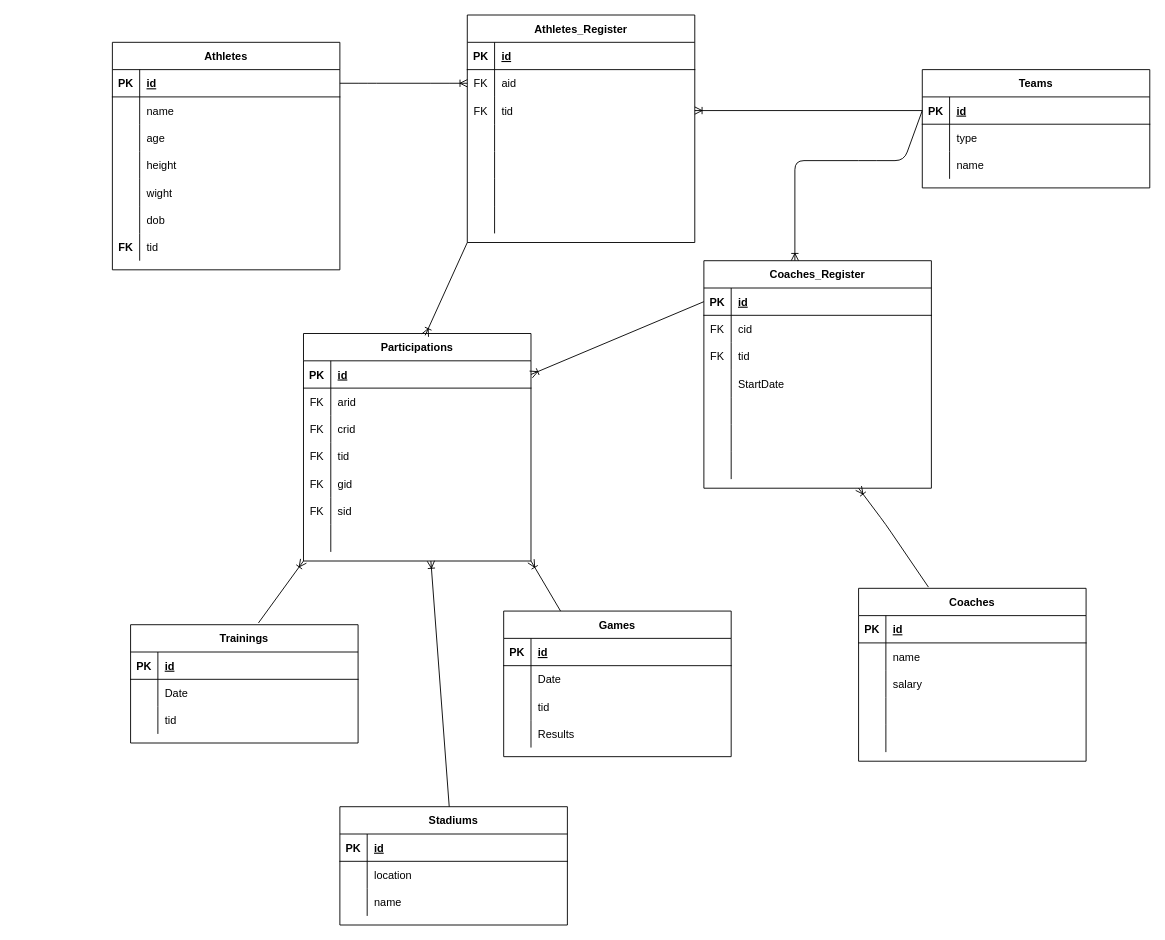
This is Untitled Diagram.drawio from zavlagas/AthleticsManagementSystem, a draw.io file, before an edit. Source tidied: cells renumbered, new cells numbered last; positions are measured from the earlier drawing's top-left corner, leaving out a move shared by most shapes. Both pictures are drawn from the tidied source at 91%, with x=0, y=0 at pixel (112, 15).
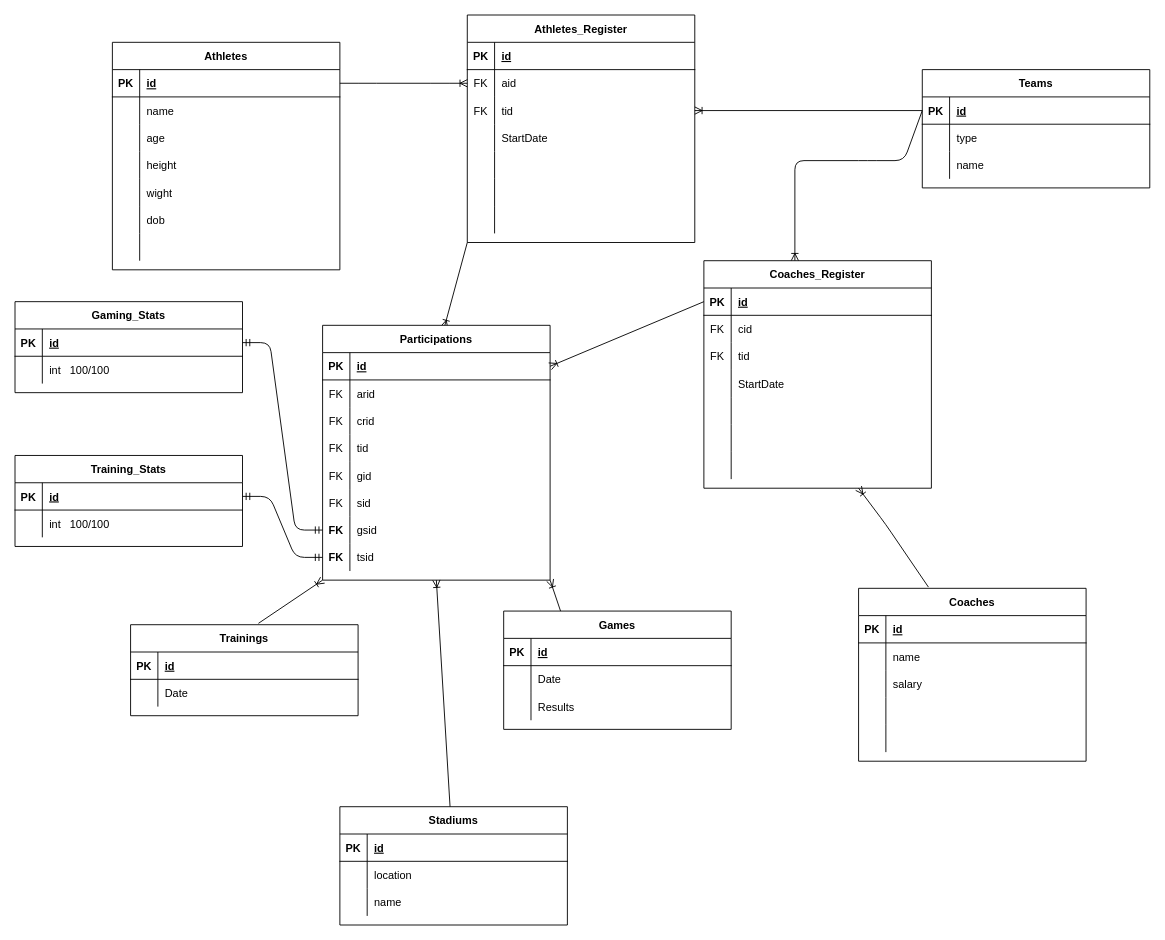
Above is the later version.

The change refers to these unchanged cells:
```xml
<mxCell id="21" style="shape=partialRectangle;fillColor=none;top=0;left=0;right=0;bottom=0;" parent="2" vertex="1">
  <mxGeometry y="210" width="250" height="30" as="geometry" />
</mxCell>
<mxCell id="24" value="Athletes_Register" style="shape=table;startSize=30;childLayout=tableLayout;rowLines=0;fontStyle=1;align=center;" parent="1" vertex="1">
  <mxGeometry x="390" width="250" height="250" as="geometry" />
</mxCell>
<mxCell id="34" style="shape=partialRectangle;fillColor=none;top=0;left=0;right=0;bottom=0;" parent="24" vertex="1">
  <mxGeometry y="120" width="250" height="30" as="geometry" />
</mxCell>
<mxCell id="60" style="shape=partialRectangle;fillColor=none;points=[[0,0.5],[1,0.5]];portConstraint=eastwest;top=0;left=0;right=0;bottom=1;" parent="59" vertex="1">
  <mxGeometry y="30" width="250" height="30" as="geometry" />
</mxCell>
<mxCell id="99" style="shape=partialRectangle;fillColor=none;points=[[0,0.5],[1,0.5]];portConstraint=eastwest;top=0;left=0;right=0;bottom=1;" parent="98" vertex="1">
  <mxGeometry y="30" width="250" height="30" as="geometry" />
</mxCell>
<mxCell id="117" style="shape=partialRectangle;fillColor=none;points=[[0,0.5],[1,0.5]];portConstraint=eastwest;top=0;left=0;right=0;bottom=0;" parent="98" vertex="1">
  <mxGeometry y="210" width="250" height="30" as="geometry" />
</mxCell>
<mxCell id="122" value="Stadiums" style="shape=table;startSize=30;childLayout=tableLayout;rowLines=0;fontStyle=1;align=center;" parent="1" vertex="1">
  <mxGeometry x="250" y="870" width="250" height="130" as="geometry" />
</mxCell>
```

The edit, as a diff of the source:
```diff
@@
-    <mxCell id="22" value="FK" style="shape=partialRectangle;overflow=hidden;fillColor=none;top=0;left=0;bottom=0;right=0;fontStyle=1;" parent="21" vertex="1">
+    <mxCell id="22" style="shape=partialRectangle;overflow=hidden;fillColor=none;top=0;left=0;bottom=0;right=0;fontStyle=1;" parent="21" vertex="1">
       <mxGeometry width="30" height="30" as="geometry" />
     </mxCell>
-    <mxCell id="23" value="tid" style="shape=partialRectangle;overflow=hidden;fillColor=none;top=0;left=0;bottom=0;right=0;align=left;spacingLeft=6;" parent="21" vertex="1">
+    <mxCell id="23" style="shape=partialRectangle;overflow=hidden;fillColor=none;top=0;left=0;bottom=0;right=0;align=left;spacingLeft=6;" parent="21" vertex="1">
       <mxGeometry x="30" width="220" height="30" as="geometry" />
     </mxCell>
@@
-    <mxCell id="36" style="shape=partialRectangle;overflow=hidden;fillColor=none;top=0;left=0;bottom=0;right=0;align=left;spacingLeft=6;" parent="34" vertex="1">
+    <mxCell id="36" value="StartDate" style="shape=partialRectangle;overflow=hidden;fillColor=none;top=0;left=0;bottom=0;right=0;align=left;spacingLeft=6;" parent="34" vertex="1">
       <mxGeometry x="30" width="220" height="30" as="geometry" />
     </mxCell>
@@
+    <mxCell id="120" style="fontSize=12;html=1;endArrow=ERoneToMany;entryX=0.535;entryY=0.008;entryDx=0;entryDy=0;entryPerimeter=0;exitX=0;exitY=1;exitDx=0;exitDy=0;" parent="1" edge="1" source="24" target="98">
+      <mxGeometry relative="1" as="geometry" />
+    </mxCell>
+    <mxCell id="121" style="fontSize=12;html=1;endArrow=ERoneToMany;exitX=0;exitY=0.5;exitDx=0;exitDy=0;entryX=1;entryY=0.5;entryDx=0;entryDy=0;" parent="1" edge="1" source="60" target="99">
+      <mxGeometry relative="1" as="geometry" />
+    </mxCell>
+    <mxCell id="158" value="Gaming_Stats" style="shape=table;startSize=30;childLayout=tableLayout;rowLines=0;fontStyle=1;align=center;" parent="1" vertex="1">
+      <mxGeometry x="-107" y="315" width="250" height="100" as="geometry" />
+    </mxCell>
+    <mxCell id="159" style="shape=partialRectangle;fillColor=none;points=[[0,0.5],[1,0.5]];portConstraint=eastwest;top=0;left=0;right=0;bottom=1;" parent="158" vertex="1">
+      <mxGeometry y="30" width="250" height="30" as="geometry" />
+    </mxCell>
+    <mxCell id="160" value="PK" style="shape=partialRectangle;overflow=hidden;fillColor=none;top=0;left=0;bottom=0;right=0;fontStyle=1;" parent="159" vertex="1">
+      <mxGeometry width="30" height="30" as="geometry" />
+    </mxCell>
+    <mxCell id="161" value="id" style="shape=partialRectangle;overflow=hidden;fillColor=none;top=0;left=0;bottom=0;right=0;align=left;spacingLeft=6;fontStyle=5;" parent="159" vertex="1">
+      <mxGeometry x="30" width="220" height="30" as="geometry" />
+    </mxCell>
+    <mxCell id="162" style="shape=partialRectangle;fillColor=none;top=0;left=0;right=0;bottom=0;" parent="158" vertex="1">
+      <mxGeometry y="60" width="250" height="30" as="geometry" />
+    </mxCell>
+    <mxCell id="163" style="shape=partialRectangle;overflow=hidden;fillColor=none;top=0;left=0;bottom=0;right=0;" parent="162" vertex="1">
+      <mxGeometry width="30" height="30" as="geometry" />
+    </mxCell>
+    <mxCell id="164" value="int   100/100" style="shape=partialRectangle;overflow=hidden;fillColor=none;top=0;left=0;bottom=0;right=0;align=left;spacingLeft=6;" parent="162" vertex="1">
+      <mxGeometry x="30" width="220" height="30" as="geometry" />
+    </mxCell>
     <mxCell id="98" value="Participations" style="shape=table;startSize=30;childLayout=tableLayout;rowLines=0;fontStyle=1;align=center;" parent="1" vertex="1">
-      <mxGeometry x="210" y="350" width="250" height="250" as="geometry" />
+      <mxGeometry x="231" y="341" width="250" height="280" as="geometry" />
     </mxCell>
@@
-    <mxCell id="118" style="shape=partialRectangle;overflow=hidden;fillColor=none;top=0;left=0;bottom=0;right=0;fontStyle=1;" parent="117" vertex="1">
+    <mxCell id="118" value="FK" style="shape=partialRectangle;overflow=hidden;fillColor=none;top=0;left=0;bottom=0;right=0;fontStyle=1;" parent="117" vertex="1">
       <mxGeometry width="30" height="30" as="geometry" />
     </mxCell>
-    <mxCell id="119" style="shape=partialRectangle;overflow=hidden;fillColor=none;top=0;left=0;bottom=0;right=0;align=left;spacingLeft=6;" parent="117" vertex="1">
+    <mxCell id="119" value="gsid" style="shape=partialRectangle;overflow=hidden;fillColor=none;top=0;left=0;bottom=0;right=0;align=left;spacingLeft=6;" parent="117" vertex="1">
       <mxGeometry x="30" width="220" height="30" as="geometry" />
     </mxCell>
-    <mxCell id="120" style="fontSize=12;html=1;endArrow=ERoneToMany;entryX=0.535;entryY=0.008;entryDx=0;entryDy=0;entryPerimeter=0;exitX=0;exitY=1;exitDx=0;exitDy=0;" parent="1" edge="1" source="24" target="98">
-      <mxGeometry relative="1" as="geometry" />
-    </mxCell>
-    <mxCell id="121" style="fontSize=12;html=1;endArrow=ERoneToMany;exitX=0;exitY=0.5;exitDx=0;exitDy=0;entryX=1;entryY=0.5;entryDx=0;entryDy=0;" parent="1" edge="1" source="60" target="99">
-      <mxGeometry relative="1" as="geometry" />
-    </mxCell>
+    <mxCell id="165" style="shape=partialRectangle;fillColor=none;points=[[0,0.5],[1,0.5]];portConstraint=eastwest;top=0;left=0;right=0;bottom=0;" parent="98" vertex="1">
+      <mxGeometry y="240" width="250" height="30" as="geometry" />
+    </mxCell>
+    <mxCell id="166" value="FK" style="shape=partialRectangle;overflow=hidden;fillColor=none;top=0;left=0;bottom=0;right=0;fontStyle=1;" parent="165" vertex="1">
+      <mxGeometry width="30" height="30" as="geometry" />
+    </mxCell>
+    <mxCell id="167" value="tsid" style="shape=partialRectangle;overflow=hidden;fillColor=none;top=0;left=0;bottom=0;right=0;align=left;spacingLeft=6;" parent="165" vertex="1">
+      <mxGeometry x="30" width="220" height="30" as="geometry" />
+    </mxCell>
@@
     <mxCell id="132" value="Trainings" style="shape=table;startSize=30;childLayout=tableLayout;rowLines=0;fontStyle=1;align=center;" parent="1" vertex="1">
-      <mxGeometry x="20" y="670" width="250" height="130" as="geometry" />
+      <mxGeometry x="20" y="670" width="250" height="100" as="geometry" />
     </mxCell>
@@
-    <mxCell id="139" style="shape=partialRectangle;fillColor=none;top=0;left=0;right=0;bottom=0;" parent="132" vertex="1">
-      <mxGeometry y="90" width="250" height="30" as="geometry" />
-    </mxCell>
-    <mxCell id="140" style="shape=partialRectangle;overflow=hidden;fillColor=none;top=0;left=0;bottom=0;right=0;" parent="139" vertex="1">
-      <mxGeometry width="30" height="30" as="geometry" />
-    </mxCell>
-    <mxCell id="141" value="tid" style="shape=partialRectangle;overflow=hidden;fillColor=none;top=0;left=0;bottom=0;right=0;align=left;spacingLeft=6;" parent="139" vertex="1">
-      <mxGeometry x="30" width="220" height="30" as="geometry" />
-    </mxCell>
     <mxCell id="142" value="Games" style="shape=table;startSize=30;childLayout=tableLayout;rowLines=0;fontStyle=1;align=center;" parent="1" vertex="1">
-      <mxGeometry x="430" y="655" width="250" height="160" as="geometry" />
+      <mxGeometry x="430" y="655" width="250" height="130" as="geometry" />
     </mxCell>
@@
-    <mxCell id="149" style="shape=partialRectangle;fillColor=none;top=0;left=0;right=0;bottom=0;" parent="142" vertex="1">
-      <mxGeometry y="90" width="250" height="30" as="geometry" />
-    </mxCell>
-    <mxCell id="150" style="shape=partialRectangle;overflow=hidden;fillColor=none;top=0;left=0;bottom=0;right=0;" parent="149" vertex="1">
-      <mxGeometry width="30" height="30" as="geometry" />
-    </mxCell>
-    <mxCell id="151" value="tid" style="shape=partialRectangle;overflow=hidden;fillColor=none;top=0;left=0;bottom=0;right=0;align=left;spacingLeft=6;" parent="149" vertex="1">
-      <mxGeometry x="30" width="220" height="30" as="geometry" />
-    </mxCell>
     <mxCell id="152" style="shape=partialRectangle;fillColor=none;top=0;left=0;right=0;bottom=0;" parent="142" vertex="1">
-      <mxGeometry y="120" width="250" height="30" as="geometry" />
+      <mxGeometry y="90" width="250" height="30" as="geometry" />
     </mxCell>
@@
-    <mxCell id="156" style="fontSize=12;html=1;endArrow=ERoneToMany;" parent="1" edge="1" source="122">
-      <mxGeometry relative="1" as="geometry">
-        <mxPoint x="350" y="600" as="targetPoint" />
-      </mxGeometry>
+    <mxCell id="156" style="fontSize=12;html=1;endArrow=ERoneToMany;entryX=0.5;entryY=1;entryDx=0;entryDy=0;" parent="1" edge="1" source="122" target="98">
+      <mxGeometry relative="1" as="geometry" />
     </mxCell>
@@
+    <mxCell id="168" value="Training_Stats" style="shape=table;startSize=30;childLayout=tableLayout;rowLines=0;fontStyle=1;align=center;" parent="1" vertex="1">
+      <mxGeometry x="-107" y="484" width="250" height="100" as="geometry" />
+    </mxCell>
+    <mxCell id="169" style="shape=partialRectangle;fillColor=none;points=[[0,0.5],[1,0.5]];portConstraint=eastwest;top=0;left=0;right=0;bottom=1;" parent="168" vertex="1">
+      <mxGeometry y="30" width="250" height="30" as="geometry" />
+    </mxCell>
+    <mxCell id="170" value="PK" style="shape=partialRectangle;overflow=hidden;fillColor=none;top=0;left=0;bottom=0;right=0;fontStyle=1;" parent="169" vertex="1">
+      <mxGeometry width="30" height="30" as="geometry" />
+    </mxCell>
+    <mxCell id="171" value="id" style="shape=partialRectangle;overflow=hidden;fillColor=none;top=0;left=0;bottom=0;right=0;align=left;spacingLeft=6;fontStyle=5;" parent="169" vertex="1">
+      <mxGeometry x="30" width="220" height="30" as="geometry" />
+    </mxCell>
+    <mxCell id="172" style="shape=partialRectangle;fillColor=none;top=0;left=0;right=0;bottom=0;" parent="168" vertex="1">
+      <mxGeometry y="60" width="250" height="30" as="geometry" />
+    </mxCell>
+    <mxCell id="173" style="shape=partialRectangle;overflow=hidden;fillColor=none;top=0;left=0;bottom=0;right=0;" parent="172" vertex="1">
+      <mxGeometry width="30" height="30" as="geometry" />
+    </mxCell>
+    <mxCell id="174" value="int   100/100" style="shape=partialRectangle;overflow=hidden;fillColor=none;top=0;left=0;bottom=0;right=0;align=left;spacingLeft=6;" parent="172" vertex="1">
+      <mxGeometry x="30" width="220" height="30" as="geometry" />
+    </mxCell>
+    <mxCell id="175" style="edgeStyle=entityRelationEdgeStyle;fontSize=12;html=1;endArrow=ERmandOne;startArrow=ERmandOne;exitX=1;exitY=0.5;exitDx=0;exitDy=0;" parent="1" edge="1" source="159" target="117">
+      <mxGeometry relative="1" as="geometry" />
+    </mxCell>
+    <mxCell id="176" style="edgeStyle=entityRelationEdgeStyle;fontSize=12;html=1;endArrow=ERmandOne;startArrow=ERmandOne;exitX=1;exitY=0.5;exitDx=0;exitDy=0;entryX=0;entryY=0.5;entryDx=0;entryDy=0;" parent="1" edge="1" source="169" target="165">
+      <mxGeometry relative="1" as="geometry" />
+    </mxCell>
```
